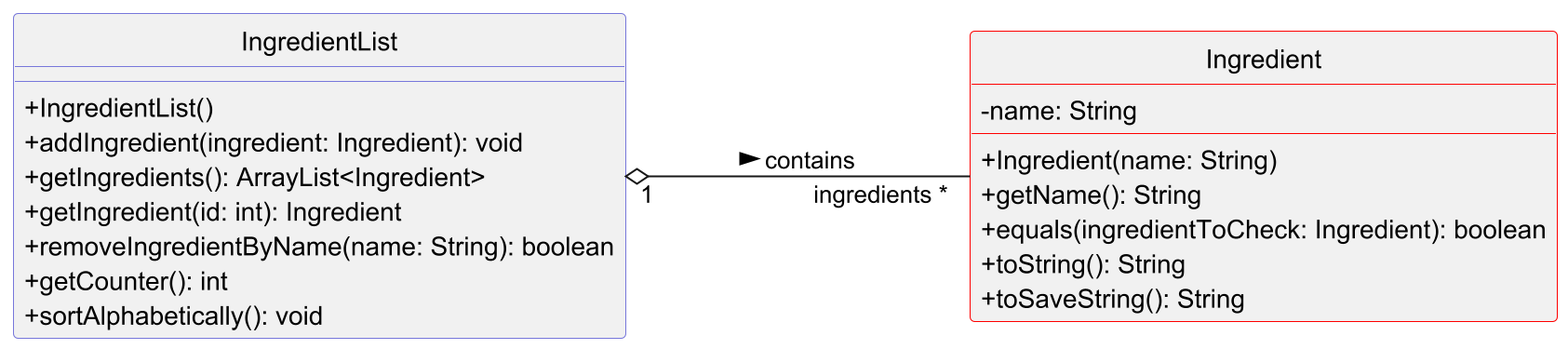
nus-cs2113-AY2425S1/tp keeps this PlantUML diagram as docs/img/ClassDiagrams/ingredientsClassDiagram.png. Above is the earlier version. Its source is kept beside it as docs/puml/ClassDiagrams/ingredientsClassDiagram.puml.
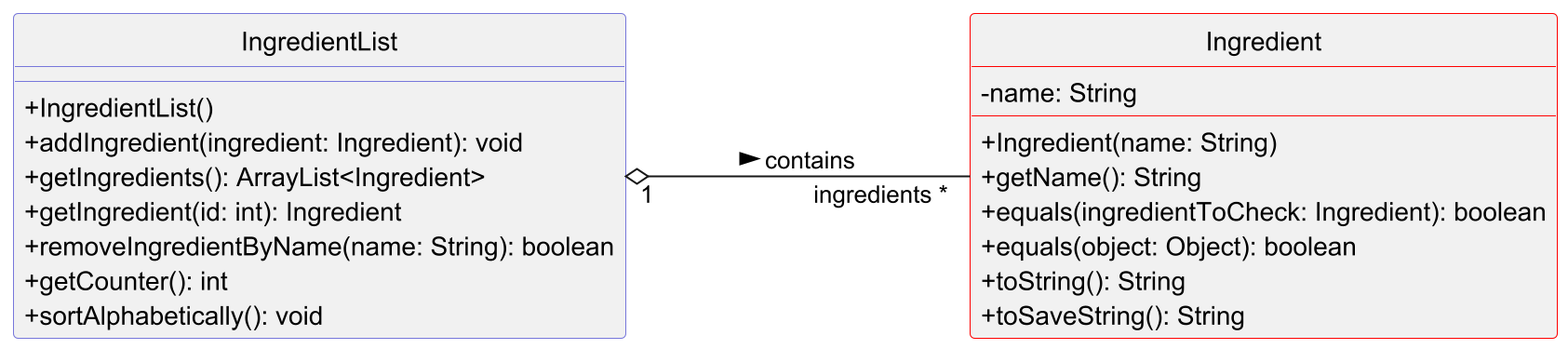
After the change.

What changed in the source:
```diff
@@ -11,6 +11,7 @@
     + Ingredient(name: String)
     + getName(): String
     + equals(ingredientToCheck: Ingredient): boolean
+    + equals(object: Object): boolean
     + toString(): String
     + toSaveString(): String
 }
```
